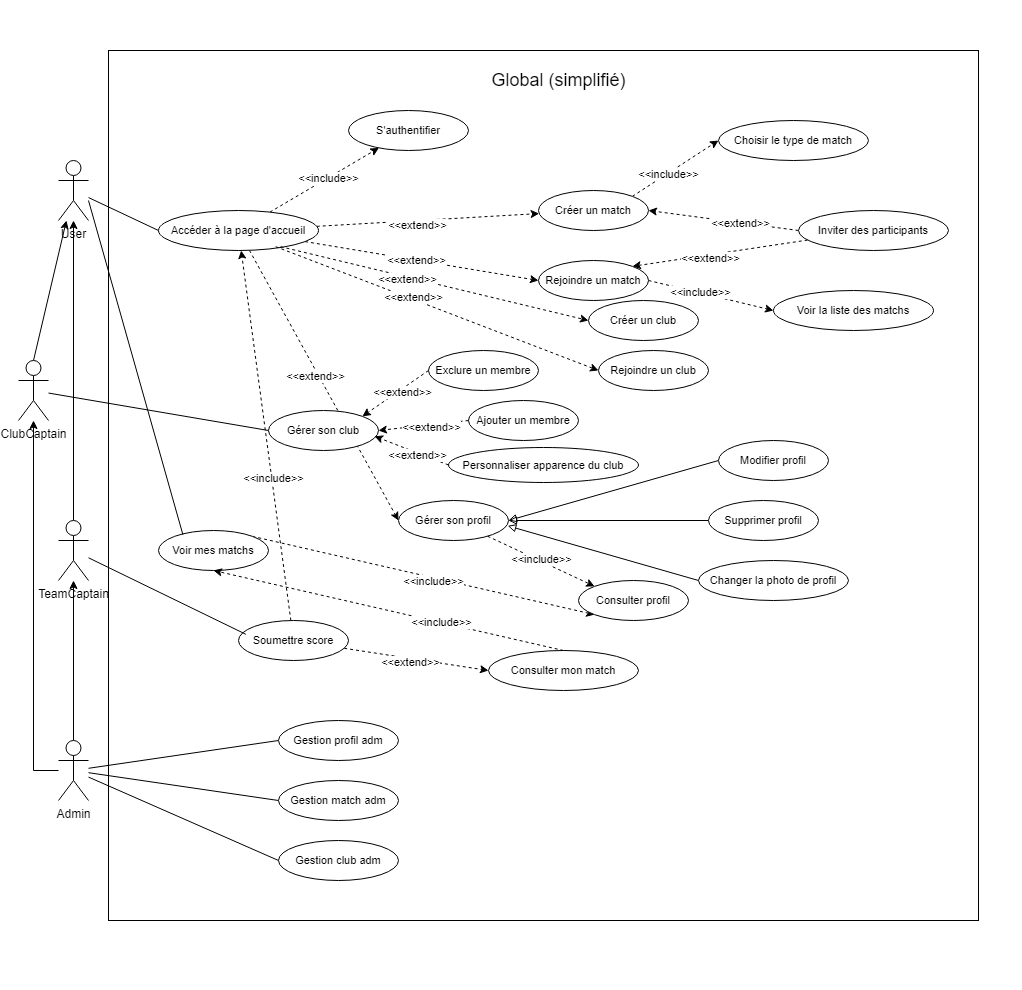
This is Diagram use case Global simplifié.drawio.png from Mathistrg/Styx, a draw.io export, as it was before one commit. Source tidied: cells renumbered, new cells last; positions are measured from the earlier drawing's top-left corner, leaving out a move shared by most shapes.
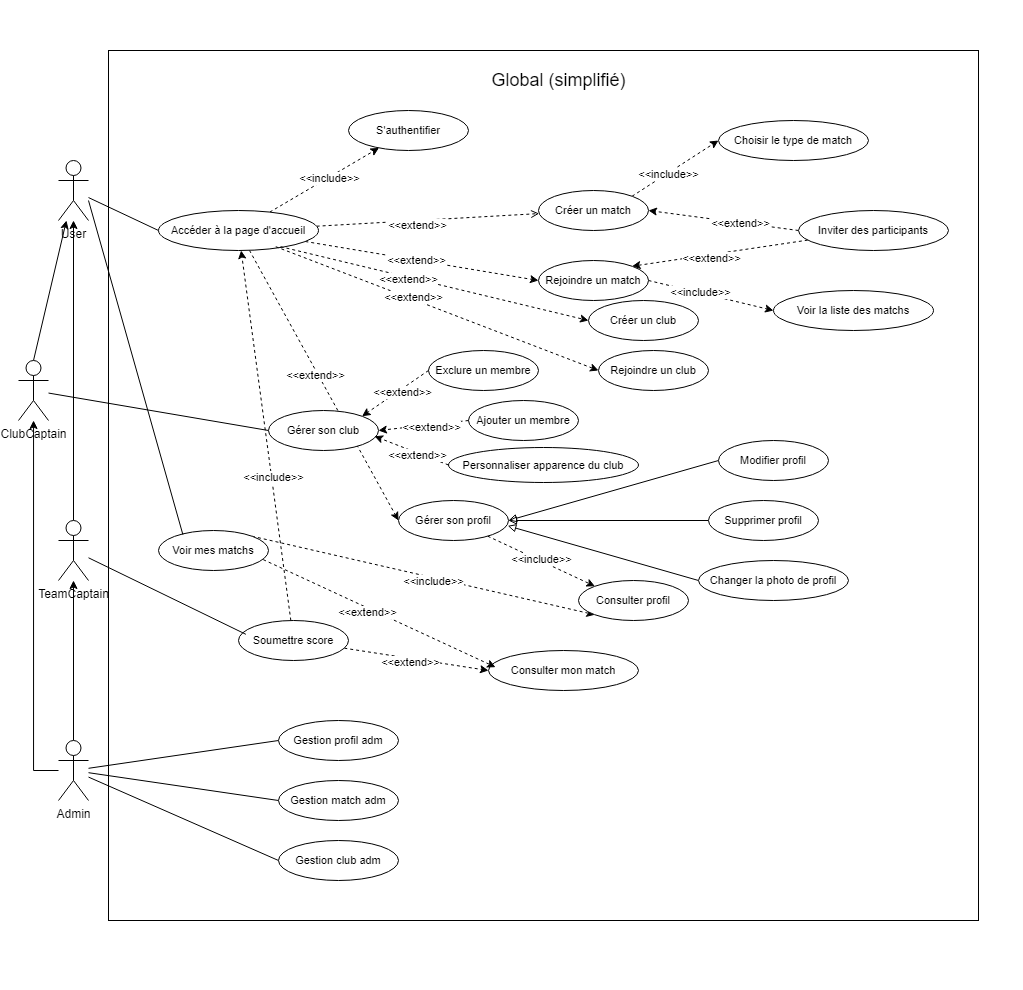
After the commit.

Commit message:
Mettre à jour Diagram use case Global simplifié.drawio.png

Change to the diagram source:
```diff
@@ -68,7 +68,7 @@
     <mxCell id="23" value="&amp;lt;&amp;lt;include&amp;gt;&amp;gt;" style="edgeLabel;html=1;align=center;verticalAlign=middle;fontFamily=Helvetica;fontSize=11;fontColor=default;labelBackgroundColor=default;" parent="22" vertex="1">
       <mxGeometry x="0.08" relative="1" as="geometry" />
     </mxCell>
-    <mxCell id="24" style="edgeStyle=none;shape=connector;rounded=0;jettySize=auto;html=1;dashed=1;strokeColor=default;align=center;verticalAlign=middle;fontFamily=Helvetica;fontSize=11;fontColor=default;labelBackgroundColor=default;endArrow=classic;endFill=1;" parent="1" edge="1" source="30" target="35">
+    <mxCell id="24" style="edgeStyle=none;shape=connector;rounded=0;jettySize=auto;html=1;dashed=1;strokeColor=default;align=center;verticalAlign=middle;fontFamily=Helvetica;fontSize=11;fontColor=default;labelBackgroundColor=default;endArrow=open;endFill=0;" parent="1" edge="1" source="30" target="35">
       <mxGeometry relative="1" as="geometry" />
     </mxCell>
     <mxCell id="25" value="&amp;lt;&amp;lt;extend&amp;gt;&amp;gt;" style="edgeLabel;html=1;align=center;verticalAlign=middle;fontFamily=Helvetica;fontSize=11;fontColor=default;labelBackgroundColor=default;" parent="24" vertex="1">
@@ -191,12 +191,6 @@
     <mxCell id="62" value="Consulter mon match" style="ellipse;whiteSpace=wrap;html=1;fontFamily=Helvetica;fontSize=11;fontColor=default;labelBackgroundColor=default;" parent="1" vertex="1">
       <mxGeometry x="470" y="650" width="150" height="40" as="geometry" />
     </mxCell>
-    <mxCell id="63" style="edgeStyle=none;shape=connector;rounded=0;jettySize=auto;html=1;dashed=1;strokeColor=default;align=center;verticalAlign=middle;fontFamily=Helvetica;fontSize=11;fontColor=default;labelBackgroundColor=default;endArrow=classic;endFill=1;exitX=0.5;exitY=0;exitDx=0;exitDy=0;entryX=0.5;entryY=1;entryDx=0;entryDy=0;" parent="1" edge="1" source="62" target="61">
-      <mxGeometry relative="1" as="geometry" />
-    </mxCell>
-    <mxCell id="64" value="&amp;lt;&amp;lt;include&amp;gt;&amp;gt;" style="edgeLabel;html=1;align=center;verticalAlign=middle;fontFamily=Helvetica;fontSize=11;fontColor=default;labelBackgroundColor=default;" parent="63" vertex="1">
-      <mxGeometry x="-0.3" relative="1" as="geometry" />
-    </mxCell>
     <mxCell id="65" style="edgeStyle=none;shape=connector;rounded=0;jettySize=auto;html=1;entryX=0;entryY=0.5;entryDx=0;entryDy=0;dashed=1;strokeColor=default;align=center;verticalAlign=middle;fontFamily=Helvetica;fontSize=11;fontColor=default;labelBackgroundColor=default;endArrow=classic;endFill=1;" parent="1" edge="1" source="69" target="62">
       <mxGeometry relative="1" as="geometry" />
     </mxCell>
@@ -255,5 +249,13 @@
         <mxPoint x="70" y="200" as="sourcePoint" />
       </mxGeometry>
     </mxCell>
+    <mxCell id="83" style="edgeStyle=none;shape=connector;rounded=0;jettySize=auto;html=1;entryX=0.047;entryY=0.417;entryDx=0;entryDy=0;dashed=1;strokeColor=default;align=center;verticalAlign=middle;fontFamily=Helvetica;fontSize=11;fontColor=default;labelBackgroundColor=default;endArrow=classic;endFill=1;entryPerimeter=0;exitX=0.952;exitY=0.728;exitDx=0;exitDy=0;exitPerimeter=0;" parent="1" edge="1" source="61" target="62">
+      <mxGeometry relative="1" as="geometry" />
+    </mxCell>
+    <mxCell id="84" value="&amp;lt;&amp;lt;extend&amp;gt;&amp;gt;" style="edgeLabel;html=1;align=center;verticalAlign=middle;fontFamily=Helvetica;fontSize=11;fontColor=default;labelBackgroundColor=default;" parent="83" vertex="1">
+      <mxGeometry x="-0.1" y="-4" relative="1" as="geometry">
+        <mxPoint x="1" as="offset" />
+      </mxGeometry>
+    </mxCell>
   </root>
 </mxGraphModel>
```
